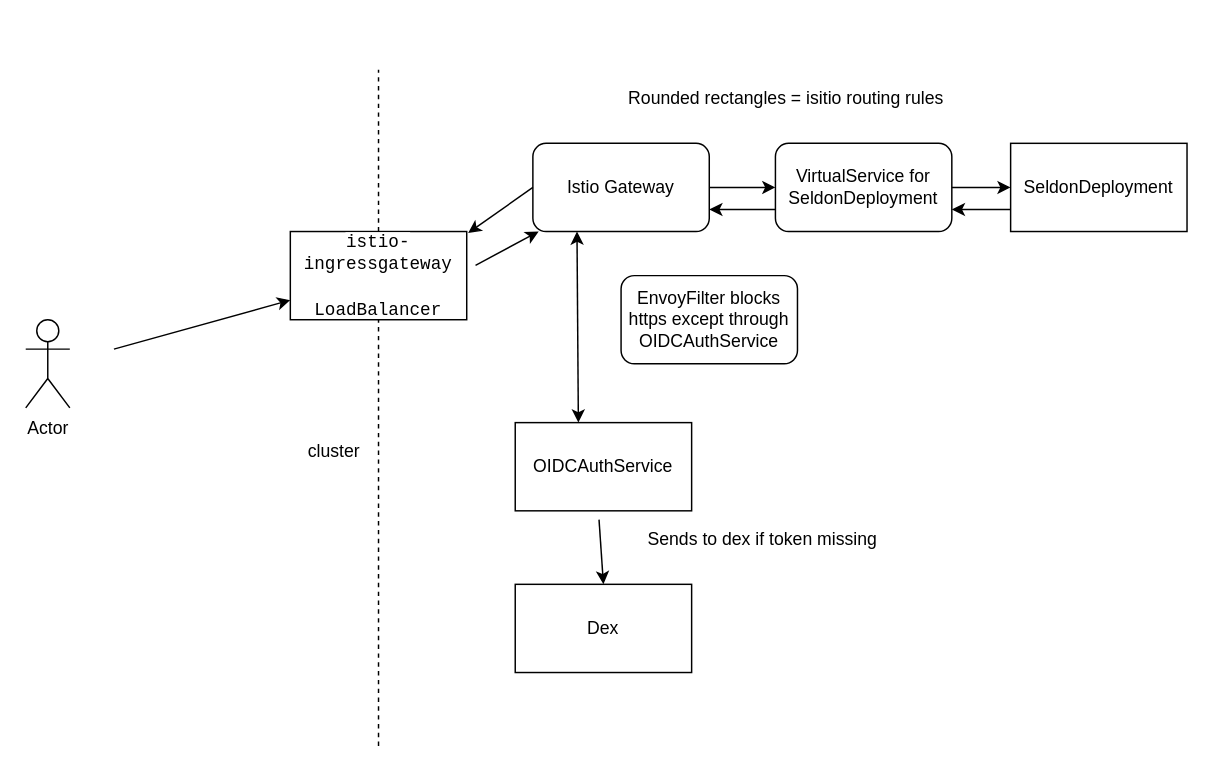
Above: istio-auth-kfexisting.drawio in ryandawsonuk/diagrams (draw.io), before the change. Source tidied: cells renumbered, new cells numbered last; positions are measured from the earlier drawing's top-left corner, leaving out a move shared by most shapes. Both pictures are drawn from the tidied source at 147%, with x=0, y=0 at pixel (25, 69).
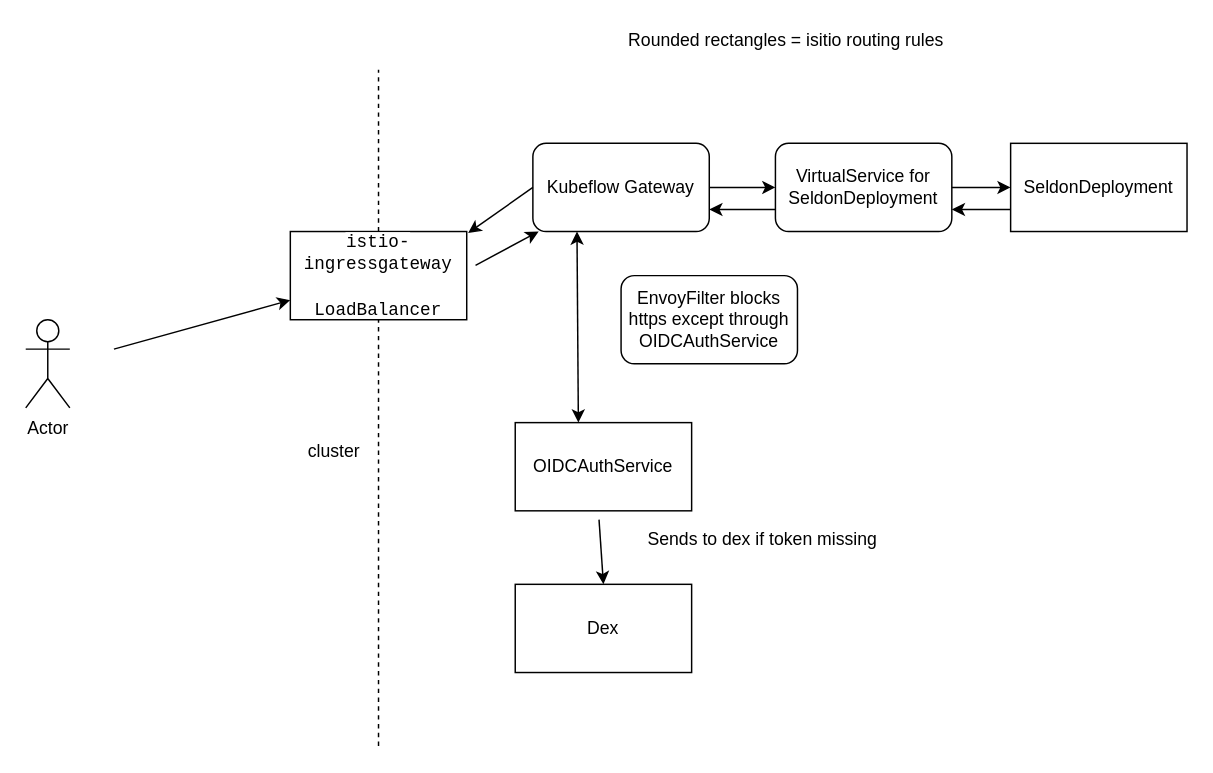
The same diagram, later.

What changed in the source:
```diff
@@
-    <mxCell id="8" value="Istio Gateway" style="rounded=1;whiteSpace=wrap;html=1;" parent="1" vertex="1">
+    <mxCell id="8" value="Kubeflow Gateway" style="rounded=1;whiteSpace=wrap;html=1;" parent="1" vertex="1">
       <mxGeometry x="345" y="50" width="120" height="60" as="geometry" />
     </mxCell>
@@
     <mxCell id="18" value="Rounded rectangles = isitio routing rules" style="text;html=1;strokeColor=none;fillColor=none;align=center;verticalAlign=middle;whiteSpace=wrap;rounded=0;" parent="1" vertex="1">
-      <mxGeometry x="345" y="10" width="345" height="20" as="geometry" />
+      <mxGeometry x="345" y="-30" width="345" height="20" as="geometry" />
     </mxCell>
```
